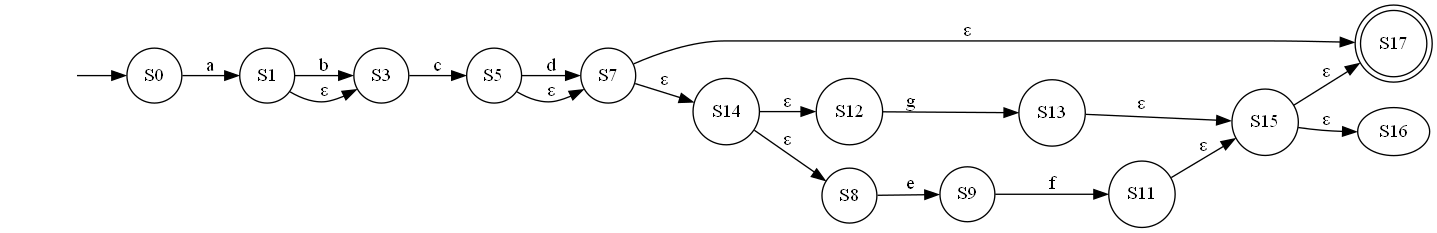
Before: NFA.gv.png, a diagram exported from Graphviz (youssefhassan01/Compilers_Assignment). Its source is kept beside it as NFA.gv.
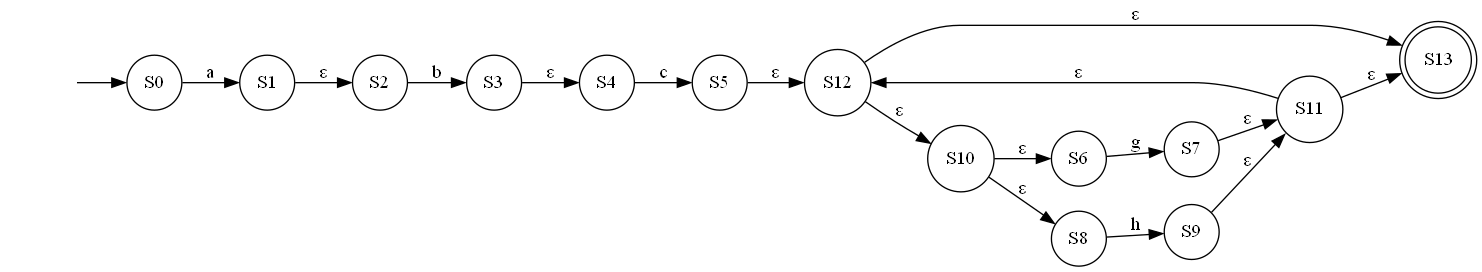
Later version of the same file.

Diff of the diagram source:
```diff
@@ -1,35 +1,35 @@
 digraph NFA {
 	graph [rankdir=LR]
 	"" [label="" shape=plaintext]
-	S17 [label=S17 shape=doublecircle]
+	S13 [label=S13 shape=doublecircle]
+	S4 [label=S4 shape=circle]
+	S10 [label=S10 shape=circle]
+	S7 [label=S7 shape=circle]
+	S0 [label=S0 shape=circle]
+	S9 [label=S9 shape=circle]
+	S8 [label=S8 shape=circle]
+	S3 [label=S3 shape=circle]
 	S1 [label=S1 shape=circle]
-	S3 [label=S3 shape=circle]
-	S14 [label=S14 shape=circle]
+	S2 [label=S2 shape=circle]
+	S6 [label=S6 shape=circle]
+	S5 [label=S5 shape=circle]
 	S11 [label=S11 shape=circle]
-	S13 [label=S13 shape=circle]
-	S9 [label=S9 shape=circle]
-	S0 [label=S0 shape=circle]
 	S12 [label=S12 shape=circle]
-	S7 [label=S7 shape=circle]
-	S15 [label=S15 shape=circle]
-	S5 [label=S5 shape=circle]
-	S8 [label=S8 shape=circle]
 	"" -> S0 [label=""]
 	S0 -> S1 [label=a]
-	S1 -> S3 [label=b]
-	S1 -> S3 [label="ε"]
-	S3 -> S5 [label=c]
-	S5 -> S7 [label=d]
-	S5 -> S7 [label="ε"]
-	S7 -> S17 [label="ε"]
-	S7 -> S14 [label="ε"]
-	S8 -> S9 [label=e]
-	S9 -> S11 [label=f]
-	S11 -> S15 [label="ε"]
-	S12 -> S13 [label=g]
-	S13 -> S15 [label="ε"]
-	S14 -> S12 [label="ε"]
-	S14 -> S8 [label="ε"]
-	S15 -> S16 [label="ε"]
-	S15 -> S17 [label="ε"]
+	S1 -> S2 [label="ε"]
+	S2 -> S3 [label=b]
+	S3 -> S4 [label="ε"]
+	S4 -> S5 [label=c]
+	S5 -> S12 [label="ε"]
+	S6 -> S7 [label=g]
+	S7 -> S11 [label="ε"]
+	S8 -> S9 [label=h]
+	S9 -> S11 [label="ε"]
+	S10 -> S6 [label="ε"]
+	S10 -> S8 [label="ε"]
+	S11 -> S12 [label="ε"]
+	S11 -> S13 [label="ε"]
+	S12 -> S10 [label="ε"]
+	S12 -> S13 [label="ε"]
 }
```
